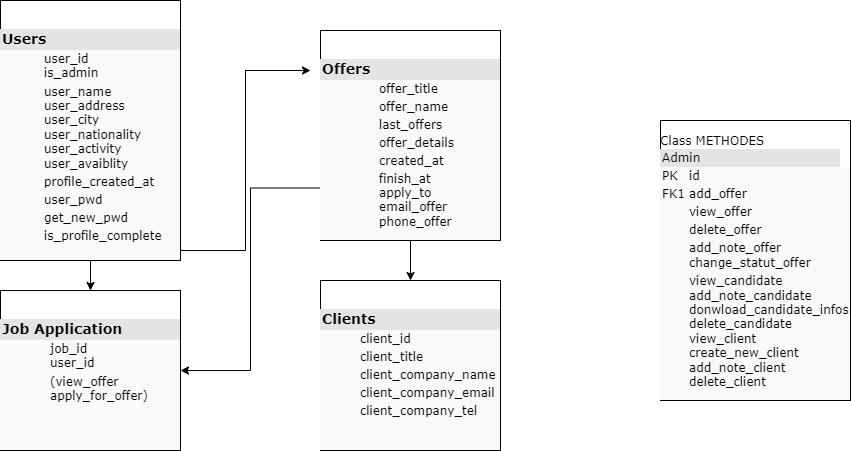
Before: diagram-bdd.drawio.png, a diagram exported from draw.io (Xav-Sathorn/Luxury-Services). Source tidied: cells renumbered, new cells last; positions are measured from the earlier drawing's top-left corner, leaving out a move shared by most shapes.
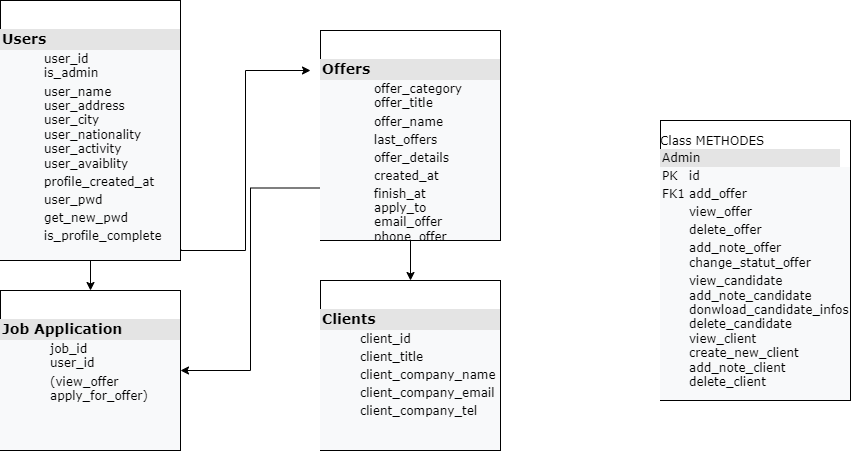
After the change.

The edit, as a diff of the source:
```diff
@@ -8,7 +8,7 @@
     <mxCell id="3" style="edgeStyle=orthogonalEdgeStyle;rounded=0;jettySize=auto;html=1;exitX=0.5;exitY=1;exitDx=0;exitDy=0;entryX=0.5;entryY=0;entryDx=0;entryDy=0;fontSize=12;" parent="1" edge="1" source="4" target="5">
       <mxGeometry relative="1" as="geometry" />
     </mxCell>
-    <mxCell id="4" value="&lt;br&gt;&lt;br&gt;&lt;div style=&quot;color: rgb(0 , 0 , 0) ; font-family: &amp;#34;verdana&amp;#34; ; font-style: normal ; letter-spacing: normal ; text-align: left ; text-indent: 0px ; text-transform: none ; word-spacing: 0px ; box-sizing: border-box ; width: 180px ; background: rgb(228 , 228 , 228) ; padding: 2px&quot;&gt;&lt;b&gt;&lt;font style=&quot;font-size: 14px&quot;&gt;Offers&lt;/font&gt;&lt;/b&gt;&lt;/div&gt;&lt;table cellpadding=&quot;2&quot; cellspacing=&quot;0&quot; style=&quot;color: rgb(0 , 0 , 0) ; font-family: &amp;#34;verdana&amp;#34; ; font-size: 1em ; font-style: normal ; font-weight: 400 ; letter-spacing: normal ; text-align: left ; text-transform: none ; word-spacing: 0px ; background-color: rgb(248 , 249 , 250) ; width: 180px&quot;&gt;&lt;tbody&gt;&lt;tr&gt;&lt;td&gt;&lt;br&gt;&lt;/td&gt;&lt;td&gt;offer_title&lt;/td&gt;&lt;/tr&gt;&lt;tr&gt;&lt;td&gt;&lt;span style=&quot;white-space: pre&quot;&gt;&#9;&lt;/span&gt;&lt;br&gt;&lt;/td&gt;&lt;td&gt;offer_name&lt;/td&gt;&lt;/tr&gt;&lt;tr&gt;&lt;td&gt;&lt;/td&gt;&lt;td&gt;last_offers&lt;/td&gt;&lt;/tr&gt;&lt;tr&gt;&lt;td&gt;&lt;br&gt;&lt;/td&gt;&lt;td&gt;offer_details&lt;br&gt;&lt;/td&gt;&lt;/tr&gt;&lt;tr&gt;&lt;td&gt;&lt;br&gt;&lt;/td&gt;&lt;td&gt;created_at&lt;/td&gt;&lt;/tr&gt;&lt;tr&gt;&lt;td&gt;&lt;br&gt;&lt;/td&gt;&lt;td&gt;finish_at&lt;br&gt;apply_to&lt;br&gt;email_offer&lt;br&gt;phone_offer&lt;br&gt;&lt;br&gt;&lt;/td&gt;&lt;/tr&gt;&lt;/tbody&gt;&lt;/table&gt;" style="verticalAlign=top;align=left;overflow=fill;html=1;rounded=0;shadow=0;comic=0;labelBackgroundColor=none;strokeWidth=1;fontFamily=Verdana;fontSize=12;" parent="1" vertex="1">
+    <mxCell id="4" value="&lt;br&gt;&lt;br&gt;&lt;div style=&quot;color: rgb(0 , 0 , 0) ; font-family: &amp;#34;verdana&amp;#34; ; font-style: normal ; letter-spacing: normal ; text-align: left ; text-indent: 0px ; text-transform: none ; word-spacing: 0px ; box-sizing: border-box ; width: 180px ; background: rgb(228 , 228 , 228) ; padding: 2px&quot;&gt;&lt;b&gt;&lt;font style=&quot;font-size: 14px&quot;&gt;Offers&lt;/font&gt;&lt;/b&gt;&lt;/div&gt;&lt;table cellpadding=&quot;2&quot; cellspacing=&quot;0&quot; style=&quot;color: rgb(0 , 0 , 0) ; font-family: &amp;#34;verdana&amp;#34; ; font-size: 1em ; font-style: normal ; font-weight: 400 ; letter-spacing: normal ; text-align: left ; text-transform: none ; word-spacing: 0px ; background-color: rgb(248 , 249 , 250) ; width: 180px&quot;&gt;&lt;tbody&gt;&lt;tr&gt;&lt;td&gt;&lt;br&gt;&lt;/td&gt;&lt;td&gt;offer_category&lt;br&gt;offer_title&lt;/td&gt;&lt;/tr&gt;&lt;tr&gt;&lt;td&gt;&lt;span style=&quot;white-space: pre&quot;&gt;&#9;&lt;/span&gt;&lt;br&gt;&lt;/td&gt;&lt;td&gt;offer_name&lt;/td&gt;&lt;/tr&gt;&lt;tr&gt;&lt;td&gt;&lt;/td&gt;&lt;td&gt;last_offers&lt;/td&gt;&lt;/tr&gt;&lt;tr&gt;&lt;td&gt;&lt;br&gt;&lt;/td&gt;&lt;td&gt;offer_details&lt;br&gt;&lt;/td&gt;&lt;/tr&gt;&lt;tr&gt;&lt;td&gt;&lt;br&gt;&lt;/td&gt;&lt;td&gt;created_at&lt;/td&gt;&lt;/tr&gt;&lt;tr&gt;&lt;td&gt;&lt;br&gt;&lt;/td&gt;&lt;td&gt;finish_at&lt;br&gt;apply_to&lt;br&gt;email_offer&lt;br&gt;phone_offer&lt;br&gt;&lt;br&gt;&lt;/td&gt;&lt;/tr&gt;&lt;/tbody&gt;&lt;/table&gt;" style="verticalAlign=top;align=left;overflow=fill;html=1;rounded=0;shadow=0;comic=0;labelBackgroundColor=none;strokeWidth=1;fontFamily=Verdana;fontSize=12;" parent="1" vertex="1">
       <mxGeometry x="320" y="30" width="180" height="210" as="geometry" />
     </mxCell>
     <mxCell id="5" value="&lt;br&gt;&lt;br&gt;&lt;div style=&quot;color: rgb(0 , 0 , 0) ; font-family: &amp;#34;verdana&amp;#34; ; font-style: normal ; letter-spacing: normal ; text-align: left ; text-indent: 0px ; text-transform: none ; word-spacing: 0px ; box-sizing: border-box ; width: 180px ; background: rgb(228 , 228 , 228) ; padding: 2px ; font-size: 14px&quot;&gt;&lt;b&gt;&lt;font style=&quot;font-size: 14px&quot;&gt;Clients&lt;/font&gt;&lt;/b&gt;&lt;/div&gt;&lt;table cellpadding=&quot;2&quot; cellspacing=&quot;0&quot; style=&quot;color: rgb(0 , 0 , 0) ; font-family: &amp;#34;verdana&amp;#34; ; font-style: normal ; font-weight: 400 ; letter-spacing: normal ; text-align: left ; text-transform: none ; word-spacing: 0px ; background-color: rgb(248 , 249 , 250) ; width: 180px&quot;&gt;&lt;tbody&gt;&lt;tr&gt;&lt;td&gt;&lt;br&gt;&lt;/td&gt;&lt;td&gt;client_id&lt;/td&gt;&lt;/tr&gt;&lt;tr&gt;&lt;td&gt;&lt;span style=&quot;white-space: pre&quot;&gt;&#9;&lt;/span&gt;&lt;br&gt;&lt;/td&gt;&lt;td&gt;client_title&lt;/td&gt;&lt;/tr&gt;&lt;tr&gt;&lt;td&gt;&lt;/td&gt;&lt;td&gt;client_company_name&lt;/td&gt;&lt;/tr&gt;&lt;tr&gt;&lt;td&gt;&lt;br&gt;&lt;/td&gt;&lt;td&gt;client_company_email&lt;br&gt;&lt;/td&gt;&lt;/tr&gt;&lt;tr&gt;&lt;td&gt;&lt;br&gt;&lt;/td&gt;&lt;td&gt;client_company_tel&lt;br&gt;&lt;/td&gt;&lt;/tr&gt;&lt;tr&gt;&lt;td&gt;&lt;br&gt;&lt;/td&gt;&lt;td&gt;&lt;br&gt;&lt;br&gt;&lt;/td&gt;&lt;/tr&gt;&lt;/tbody&gt;&lt;/table&gt;" style="verticalAlign=top;align=left;overflow=fill;html=1;rounded=0;shadow=0;comic=0;labelBackgroundColor=none;strokeWidth=1;fontFamily=Verdana;fontSize=12;" parent="1" vertex="1">
```
